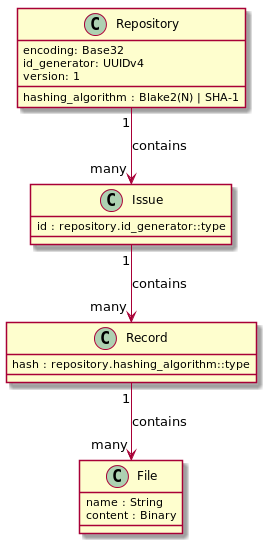
Above: doc/overview.png in sit-fyi/sit (PlantUML), before the change. The source it was exported from:
```plantuml
@startuml
class Repository {
  hashing_algorithm : Blake2(N) | SHA-1
  encoding: Base32
  id_generator: UUIDv4
  version: 1
}
class Issue {
  id : repository.id_generator::type
}
class Record {
  hash : repository.hashing_algorithm::type
}
class File {
  name : String
  content : Binary
}
Repository "1" --> "many" Issue: contains
Issue "1" --> "many" Record: contains
Record "1" --> "many" File: contains
@enduml
```
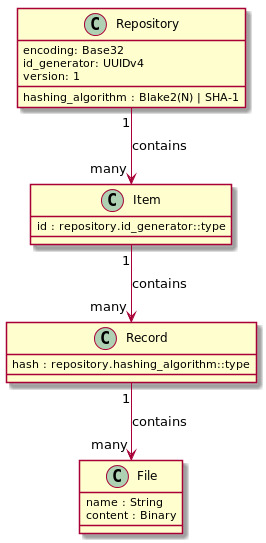
The same file after the commit.

Diff of the diagram source:
```diff
@@ -5,7 +5,7 @@
   id_generator: UUIDv4
   version: 1
 }
-class Issue {
+class Item {
   id : repository.id_generator::type
 }
 class Record {
@@ -15,7 +15,7 @@
   name : String
   content : Binary
 }
-Repository "1" --> "many" Issue: contains
-Issue "1" --> "many" Record: contains
+Repository "1" --> "many" Item: contains
+Item "1" --> "many" Record: contains
 Record "1" --> "many" File: contains
 @enduml
```
